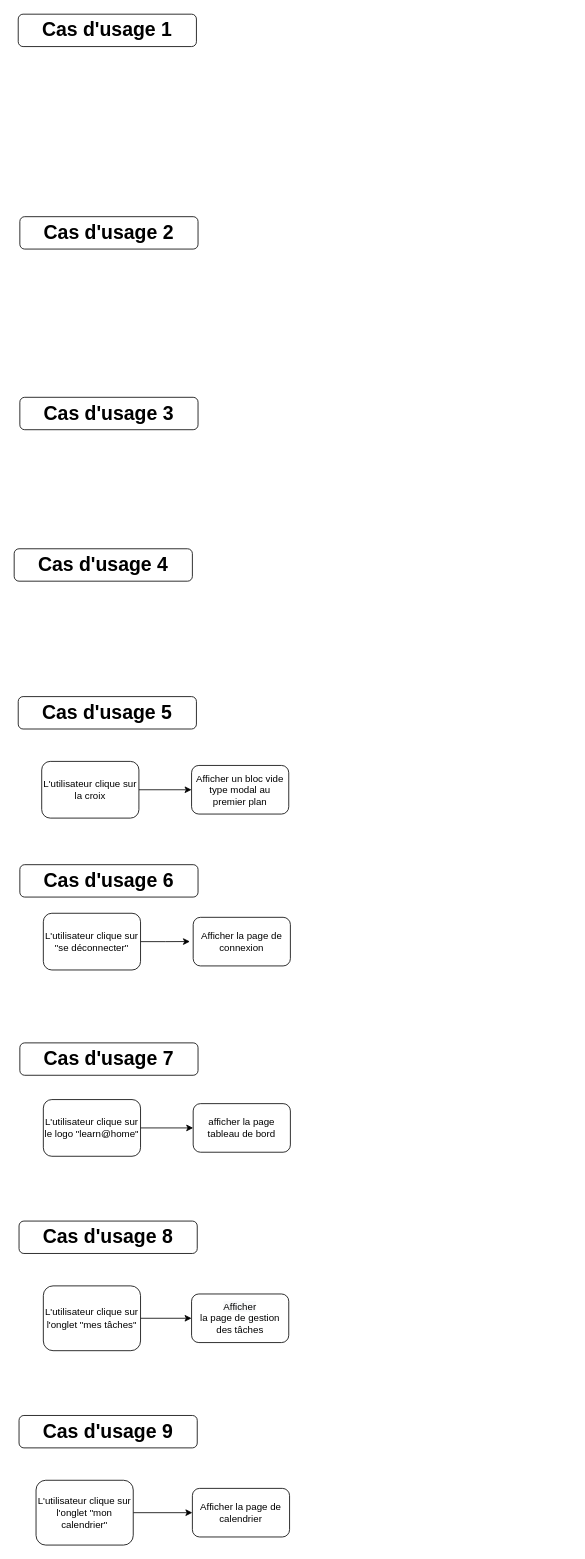
Adv13/DENIE_Tiffany_10_03032022 keeps this draw.io diagram as page "Interface de tchat" (3 of 5) of Learn@Home_Diagrammes.drawio. Above is the earlier version. Source tidied: cells renumbered, new cells numbered last; positions are measured from the earlier drawing's top-left corner, leaving out a move shared by most shapes. Both pictures are drawn from the tidied source at 81%, with x=0, y=0 at pixel (14, 14).
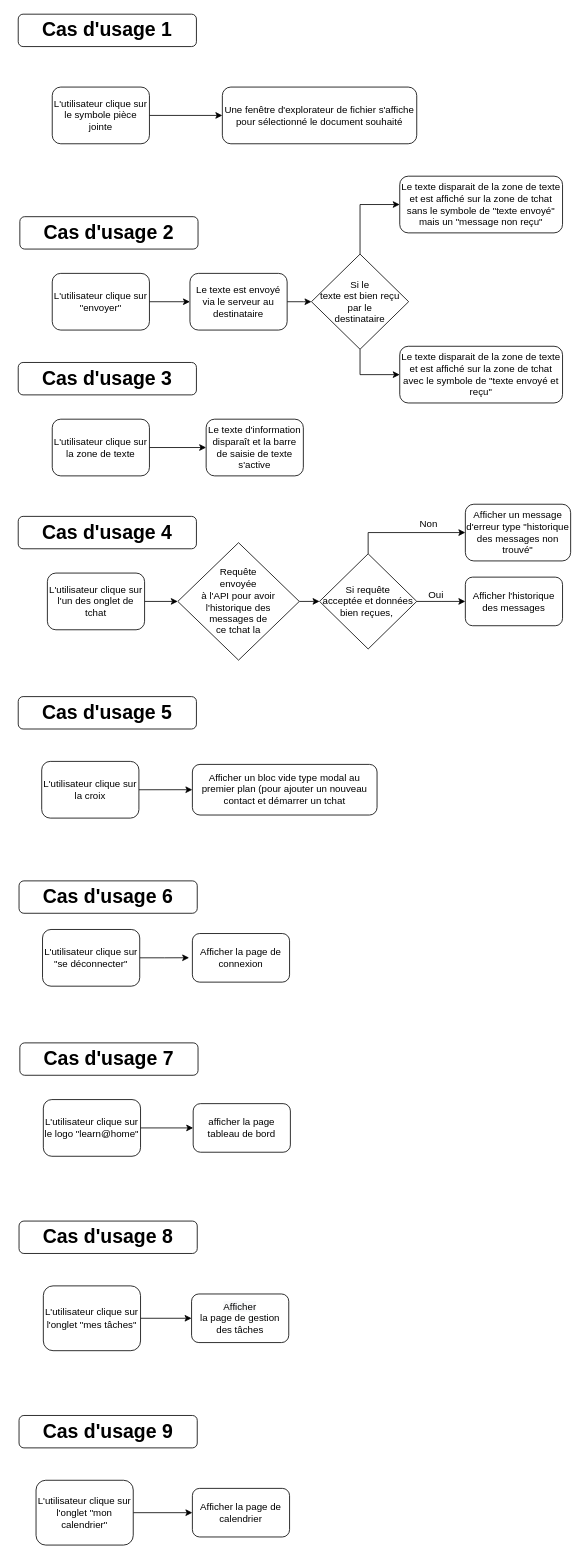
The same diagram, later.

What changed in the source:
```diff
@@
     <mxCell id="2" style="edgeStyle=orthogonalEdgeStyle;rounded=0;jettySize=auto;html=1;exitX=1;exitY=0.5;exitDx=0;exitDy=0;fontSize=12;" parent="1" edge="1" source="3">
       <mxGeometry relative="1" as="geometry">
-        <mxPoint x="217" y="1144.9" as="targetPoint" />
+        <mxPoint x="216" y="1164.9" as="targetPoint" />
       </mxGeometry>
     </mxCell>
     <mxCell id="3" value="L'utilisateur clique sur &quot;se déconnecter&quot;" style="rounded=1;whiteSpace=wrap;html=1;fontSize=12;" parent="1" vertex="1">
-      <mxGeometry x="36" y="1110" width="120" height="70" as="geometry" />
+      <mxGeometry x="35" y="1130" width="120" height="70" as="geometry" />
     </mxCell>
     <mxCell id="4" value="Afficher la page de&lt;br&gt;connexion" style="rounded=1;whiteSpace=wrap;html=1;fontSize=12;" parent="1" vertex="1">
-      <mxGeometry x="221" y="1115" width="120" height="60" as="geometry" />
+      <mxGeometry x="220" y="1135" width="120" height="60" as="geometry" />
     </mxCell>
@@
     <mxCell id="9" value="&lt;b&gt;&lt;font style=&quot;font-size: 24px&quot;&gt;Cas d'usage 6&lt;/font&gt;&lt;/b&gt;" style="rounded=1;whiteSpace=wrap;html=1;fontSize=12;glass=0;strokeWidth=1;shadow=0;" parent="1" vertex="1">
-      <mxGeometry x="7" y="1050" width="220" height="40" as="geometry" />
+      <mxGeometry x="6" y="1070" width="220" height="40" as="geometry" />
     </mxCell>
@@
-    <mxCell id="18" value="Afficher un bloc vide type modal au premier plan" style="rounded=1;whiteSpace=wrap;html=1;fontSize=12;" parent="1" vertex="1">
-      <mxGeometry x="219" y="927.5" width="120" height="60" as="geometry" />
+    <mxCell id="18" value="Afficher un bloc vide type modal au premier plan (pour ajouter un nouveau contact et démarrer un tchat" style="rounded=1;whiteSpace=wrap;html=1;fontSize=12;" parent="1" vertex="1">
+      <mxGeometry x="220" y="926.2" width="228" height="62.5" as="geometry" />
     </mxCell>
@@
     <mxCell id="24" value="&lt;b&gt;&lt;font style=&quot;font-size: 24px&quot;&gt;Cas d'usage 3&lt;/font&gt;&lt;/b&gt;" style="rounded=1;whiteSpace=wrap;html=1;fontSize=12;glass=0;strokeWidth=1;shadow=0;" parent="1" vertex="1">
-      <mxGeometry x="7" y="473" width="220" height="40" as="geometry" />
+      <mxGeometry x="5" y="430" width="220" height="40" as="geometry" />
     </mxCell>
     <mxCell id="25" value="&lt;b&gt;&lt;font style=&quot;font-size: 24px&quot;&gt;Cas d'usage 4&lt;/font&gt;&lt;/b&gt;" style="rounded=1;whiteSpace=wrap;html=1;fontSize=12;glass=0;strokeWidth=1;shadow=0;" parent="1" vertex="1">
-      <mxGeometry y="660" width="220" height="40" as="geometry" />
+      <mxGeometry x="5" y="620" width="220" height="40" as="geometry" />
     </mxCell>
+    <mxCell id="26" style="edgeStyle=orthogonalEdgeStyle;rounded=0;jettySize=auto;html=1;fontSize=12;" parent="1" edge="1" source="27" target="30">
+      <mxGeometry relative="1" as="geometry" />
+    </mxCell>
+    <mxCell id="27" value="L'utilisateur clique sur l'un des onglet de tchat" style="rounded=1;whiteSpace=wrap;html=1;fontSize=12;" parent="1" vertex="1">
+      <mxGeometry x="41" y="690" width="120" height="70" as="geometry" />
+    </mxCell>
+    <mxCell id="28" value="Afficher l'historique des messages" style="rounded=1;whiteSpace=wrap;html=1;fontSize=12;" parent="1" vertex="1">
+      <mxGeometry x="557" y="695" width="120" height="60" as="geometry" />
+    </mxCell>
+    <mxCell id="29" style="edgeStyle=orthogonalEdgeStyle;rounded=0;jettySize=auto;html=1;exitX=1;exitY=0.5;exitDx=0;exitDy=0;entryX=0;entryY=0.5;entryDx=0;entryDy=0;fontSize=12;" parent="1" edge="1" source="30" target="33">
+      <mxGeometry relative="1" as="geometry" />
+    </mxCell>
+    <mxCell id="30" value="Requête&lt;br&gt;envoyée&lt;br&gt;à l'API pour avoir l'historique des&lt;br&gt;messages de&lt;br&gt;ce tchat la" style="rhombus;whiteSpace=wrap;html=1;fontSize=12;" parent="1" vertex="1">
+      <mxGeometry x="202" y="652.5" width="150" height="145" as="geometry" />
+    </mxCell>
+    <mxCell id="31" style="edgeStyle=orthogonalEdgeStyle;rounded=0;jettySize=auto;html=1;fontSize=12;" parent="1" edge="1" source="33" target="28">
+      <mxGeometry relative="1" as="geometry" />
+    </mxCell>
+    <mxCell id="32" style="edgeStyle=orthogonalEdgeStyle;rounded=0;jettySize=auto;html=1;exitX=0.5;exitY=0;exitDx=0;exitDy=0;fontSize=12;entryX=0;entryY=0.5;entryDx=0;entryDy=0;" parent="1" edge="1" source="33" target="34">
+      <mxGeometry relative="1" as="geometry" />
+    </mxCell>
+    <mxCell id="33" value="Si requête&lt;br&gt;acceptée et données&lt;br&gt;bien reçues,&amp;nbsp;" style="rhombus;whiteSpace=wrap;html=1;fontSize=12;" parent="1" vertex="1">
+      <mxGeometry x="377" y="666.2" width="120" height="117.5" as="geometry" />
+    </mxCell>
+    <mxCell id="34" value="Afficher un message d'erreur type &quot;historique des messages non trouvé&quot;" style="rounded=1;whiteSpace=wrap;html=1;fontSize=12;" parent="1" vertex="1">
+      <mxGeometry x="557" y="605" width="130" height="70" as="geometry" />
+    </mxCell>
+    <mxCell id="35" value="Oui" style="text;html=1;strokeColor=none;fillColor=none;align=center;verticalAlign=middle;whiteSpace=wrap;rounded=0;fontSize=12;" parent="1" vertex="1">
+      <mxGeometry x="506" y="707" width="30" height="20" as="geometry" />
+    </mxCell>
+    <mxCell id="36" value="Non" style="text;html=1;strokeColor=none;fillColor=none;align=center;verticalAlign=middle;whiteSpace=wrap;rounded=0;fontSize=12;" parent="1" vertex="1">
+      <mxGeometry x="497" y="620" width="30" height="20" as="geometry" />
+    </mxCell>
+    <mxCell id="37" style="edgeStyle=orthogonalEdgeStyle;rounded=0;jettySize=auto;html=1;fontSize=12;" parent="1" edge="1" source="38" target="39">
+      <mxGeometry relative="1" as="geometry" />
+    </mxCell>
+    <mxCell id="38" value="L'utilisateur clique sur la zone de texte" style="rounded=1;whiteSpace=wrap;html=1;fontSize=12;" parent="1" vertex="1">
+      <mxGeometry x="47" y="500" width="120" height="70" as="geometry" />
+    </mxCell>
+    <mxCell id="39" value="Le texte d'information disparaît et la barre de saisie de texte s'active" style="rounded=1;whiteSpace=wrap;html=1;fontSize=12;" parent="1" vertex="1">
+      <mxGeometry x="237" y="500" width="120" height="70" as="geometry" />
+    </mxCell>
+    <mxCell id="40" style="edgeStyle=orthogonalEdgeStyle;rounded=0;jettySize=auto;html=1;fontSize=12;" parent="1" edge="1" source="41" target="46">
+      <mxGeometry relative="1" as="geometry" />
+    </mxCell>
+    <mxCell id="41" value="L'utilisateur clique sur &quot;envoyer&quot;" style="rounded=1;whiteSpace=wrap;html=1;fontSize=12;" parent="1" vertex="1">
+      <mxGeometry x="47" y="320" width="120" height="70" as="geometry" />
+    </mxCell>
+    <mxCell id="42" style="edgeStyle=orthogonalEdgeStyle;rounded=0;jettySize=auto;html=1;fontSize=12;" parent="1" edge="1" source="43" target="44">
+      <mxGeometry relative="1" as="geometry" />
+    </mxCell>
+    <mxCell id="43" value="L'utilisateur clique sur le symbole pièce jointe" style="rounded=1;whiteSpace=wrap;html=1;fontSize=12;" parent="1" vertex="1">
+      <mxGeometry x="47" y="90" width="120" height="70" as="geometry" />
+    </mxCell>
+    <mxCell id="44" value="Une fenêtre d'explorateur de fichier s'affiche pour sélectionné le document souhaité" style="rounded=1;whiteSpace=wrap;html=1;fontSize=12;" parent="1" vertex="1">
+      <mxGeometry x="257" y="90" width="240" height="70" as="geometry" />
+    </mxCell>
+    <mxCell id="45" style="edgeStyle=orthogonalEdgeStyle;rounded=0;jettySize=auto;html=1;fontSize=12;" parent="1" edge="1" source="46" target="49">
+      <mxGeometry relative="1" as="geometry" />
+    </mxCell>
+    <mxCell id="46" value="Le texte est envoyé via le serveur au destinataire" style="rounded=1;whiteSpace=wrap;html=1;fontSize=12;" parent="1" vertex="1">
+      <mxGeometry x="217" y="320" width="120" height="70" as="geometry" />
+    </mxCell>
+    <mxCell id="47" style="edgeStyle=orthogonalEdgeStyle;rounded=0;jettySize=auto;html=1;fontSize=12;entryX=0;entryY=0.5;entryDx=0;entryDy=0;" parent="1" edge="1" source="49" target="51">
+      <mxGeometry relative="1" as="geometry" />
+    </mxCell>
+    <mxCell id="48" style="edgeStyle=orthogonalEdgeStyle;rounded=0;jettySize=auto;html=1;exitX=0.5;exitY=1;exitDx=0;exitDy=0;entryX=0;entryY=0.5;entryDx=0;entryDy=0;fontSize=12;" parent="1" edge="1" source="49" target="50">
+      <mxGeometry relative="1" as="geometry" />
+    </mxCell>
+    <mxCell id="49" value="Si le &lt;br&gt;texte est bien reçu par le&lt;br&gt;destinataire" style="rhombus;whiteSpace=wrap;html=1;fontSize=12;" parent="1" vertex="1">
+      <mxGeometry x="367" y="296.2" width="120" height="117.5" as="geometry" />
+    </mxCell>
+    <mxCell id="50" value="&lt;span&gt;Le texte disparait de la zone de texte et est affiché sur la zone de tchat avec le symbole de &quot;texte envoyé et reçu&quot;&lt;/span&gt;" style="rounded=1;whiteSpace=wrap;html=1;fontSize=12;" parent="1" vertex="1">
+      <mxGeometry x="476" y="410" width="201" height="70" as="geometry" />
+    </mxCell>
+    <mxCell id="51" value="&lt;span&gt;Le texte disparait de la zone de texte et est affiché sur la zone de tchat sans le symbole de &quot;texte envoyé&quot; mais un &quot;message non reçu&quot;&lt;/span&gt;" style="rounded=1;whiteSpace=wrap;html=1;fontSize=12;" parent="1" vertex="1">
+      <mxGeometry x="476" y="200" width="201" height="70" as="geometry" />
+    </mxCell>
```
